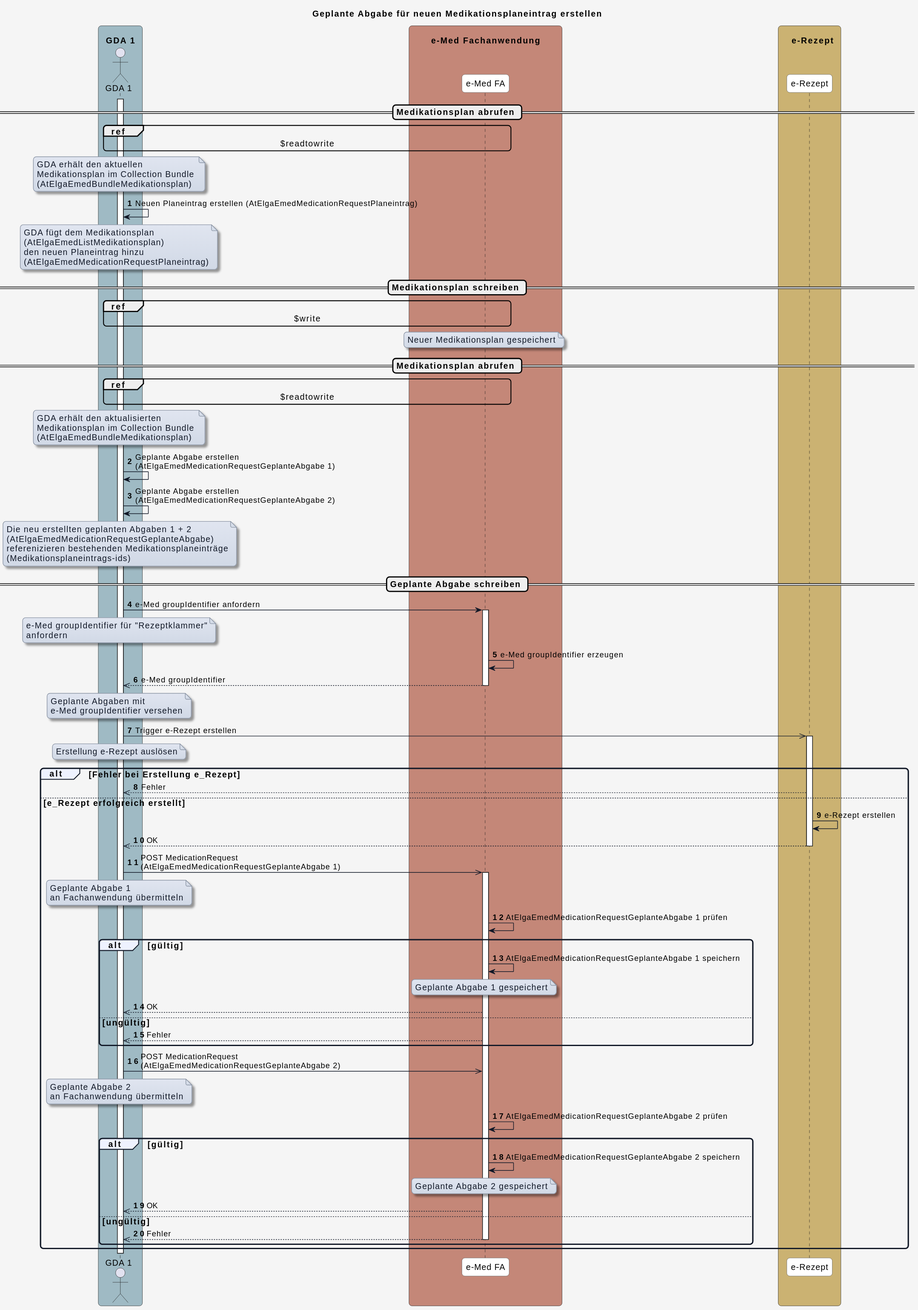
Before: input/images/plantuml/UC_eMed_08_02.svg, a diagram exported from PlantUML (HL7Austria/ELGA-e-Medikation-R4). Its diagram source:
```plantuml
@startuml
title Geplante Abgabe für neuen Medikationsplaneintrag erstellen

skinparam borderColor #000000
skinparam backgroundColor #f5f5f5
skinparam shadowing false
skinparam roundCorner 10
skinparam defaultFontName "Arial"
skinparam defaultFontSize 14
skinparam defaultFontColor #000000

skinparam note {
  BackgroundColor #e0e5f0-#d1d9e6
  BorderColor #8b95a5
  BorderThickness 1
  RoundCorner 8
  Padding 6
  FontColor #111827
  Shadowing true
}

skinparam HyperlinkColor #0000EE
skinparam HyperlinkUnderline false

skinparam sequence {
  ParticipantBorderColor #555555
  ParticipantBackgroundColor #ffffff
  ParticipantFontColor #000000
  ParticipantFontSize 14
  ParticipantPadding 20
  ArrowColor #111827
  ArrowThickness 1
  ArrowFontColor #000000
  ArrowFontSize 13
  GroupBorderColor #111827
  GroupBackgroundColor #eef2ff
  GroupBorderThickness 2
}

skinparam BoxPadding 20
skinparam BoxBorderColor #555555

box "\n  GDA 1  " #9fbac4
  actor GDA_1 as "GDA 1"
end box

box "\n       e-Med Fachanwendung       " #C48778
  participant eMed_FA as "e-Med FA"
end box

box "\n    e-Rezept  " #cbb272
  participant e_Rezept as "e-Rezept"
end box

autonumber

== Medikationsplan abrufen ==

activate GDA_1

ref over GDA_1, eMed_FA : $readtowrite

note over GDA_1
GDA erhält den aktuellen
Medikationsplan im Collection Bundle
(AtElgaEmedBundleMedikationsplan)
end note

GDA_1 -> GDA_1: Neuen Planeintrag erstellen (AtElgaEmedMedicationRequestPlaneintrag)

note over GDA_1
GDA fügt dem Medikationsplan
(AtElgaEmedListMedikationsplan)
den neuen Planeintrag hinzu
(AtElgaEmedMedicationRequestPlaneintrag)
end note

== Medikationsplan schreiben ==

ref over GDA_1, eMed_FA : $write

note over eMed_FA
Neuer Medikationsplan gespeichert
end note

== Medikationsplan abrufen ==

ref over GDA_1, eMed_FA : $readtowrite


note over GDA_1
GDA erhält den aktualisierten
Medikationsplan im Collection Bundle
(AtElgaEmedBundleMedikationsplan)
end note

GDA_1 -> GDA_1: Geplante Abgabe erstellen\n(AtElgaEmedMedicationRequestGeplanteAbgabe 1)
GDA_1 -> GDA_1: Geplante Abgabe erstellen\n(AtElgaEmedMedicationRequestGeplanteAbgabe 2)

note over GDA_1
Die neu erstellten geplanten Abgaben 1 + 2
(AtElgaEmedMedicationRequestGeplanteAbgabe)
referenizieren bestehenden Medikationsplaneinträge
(Medikationsplaneintrags-ids)
end note

== Geplante Abgabe schreiben ==

GDA_1 -> eMed_FA: e-Med groupIdentifier anfordern

note over GDA_1
e-Med groupIdentifier für "Rezeptklammer"
anfordern
end note

activate eMed_FA
eMed_FA -> eMed_FA: e-Med groupIdentifier erzeugen
eMed_FA -->> GDA_1: e-Med groupIdentifier
deactivate eMed_FA

note over GDA_1
Geplante Abgaben mit
e-Med groupIdentifier versehen
end note

GDA_1 ->> e_Rezept: Trigger e-Rezept erstellen
note over GDA_1
Erstellung e-Rezept auslösen
end note
activate e_Rezept

alt Fehler bei Erstellung e_Rezept

  e_Rezept -->> GDA_1: Fehler

else e_Rezept erfolgreich erstellt
  e_Rezept -> e_Rezept: e-Rezept erstellen
  e_Rezept -->> GDA_1: OK
  deactivate e_Rezept
  GDA_1 ->> eMed_FA: POST MedicationRequest\n(AtElgaEmedMedicationRequestGeplanteAbgabe 1)
  activate eMed_FA
  note over GDA_1
  Geplante Abgabe 1
  an Fachanwendung übermitteln
  end note


eMed_FA -> eMed_FA: AtElgaEmedMedicationRequestGeplanteAbgabe 1 prüfen
alt gültig
  eMed_FA -> eMed_FA: AtElgaEmedMedicationRequestGeplanteAbgabe 1 speichern

  note over eMed_FA
  Geplante Abgabe 1 gespeichert
  end note

  eMed_FA -->> GDA_1: OK
  else ungültig
    eMed_FA -->> GDA_1: Fehler
  end

  GDA_1 ->> eMed_FA: POST MedicationRequest\n(AtElgaEmedMedicationRequestGeplanteAbgabe 2)
  note over GDA_1
  Geplante Abgabe 2
  an Fachanwendung übermitteln
  end note

  eMed_FA -> eMed_FA: AtElgaEmedMedicationRequestGeplanteAbgabe 2 prüfen
  alt gültig
    eMed_FA -> eMed_FA: AtElgaEmedMedicationRequestGeplanteAbgabe 2 speichern

    note over eMed_FA
    Geplante Abgabe 2 gespeichert
    end note

    eMed_FA -->> GDA_1: OK
  else ungültig
    eMed_FA -->> GDA_1: Fehler
    deactivate eMed_FA
  end


end
@enduml
```
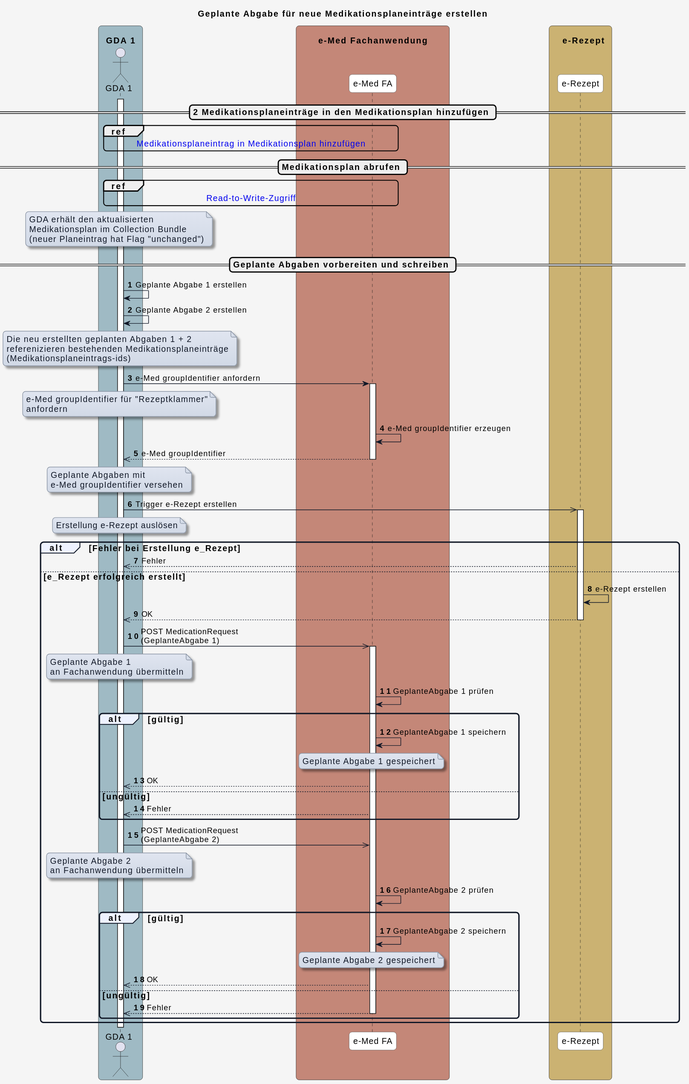
The same diagram one commit later.

Change to the diagram source:
```diff
@@ -1,5 +1,5 @@
 @startuml
-title Geplante Abgabe für neuen Medikationsplaneintrag erstellen
+title Geplante Abgabe für neue Medikationsplaneinträge erstellen
 
 skinparam borderColor #000000
 skinparam backgroundColor #f5f5f5
@@ -54,57 +54,33 @@
 
 autonumber
 
-== Medikationsplan abrufen ==
+== 2 Medikationsplaneinträge in den Medikationsplan hinzufügen ==
 
 activate GDA_1
 
-ref over GDA_1, eMed_FA : $readtowrite
-
-note over GDA_1
-GDA erhält den aktuellen
-Medikationsplan im Collection Bundle
-(AtElgaEmedBundleMedikationsplan)
-end note
-
-GDA_1 -> GDA_1: Neuen Planeintrag erstellen (AtElgaEmedMedicationRequestPlaneintrag)
-
-note over GDA_1
-GDA fügt dem Medikationsplan
-(AtElgaEmedListMedikationsplan)
-den neuen Planeintrag hinzu
-(AtElgaEmedMedicationRequestPlaneintrag)
-end note
-
-== Medikationsplan schreiben ==
-
-ref over GDA_1, eMed_FA : $write
-
-note over eMed_FA
-Neuer Medikationsplan gespeichert
-end note
+ref over GDA_1, eMed_FA : [[Sub_UC_eMed_06.html#ablauf-2 Medikationsplaneintrag in Medikationsplan hinzufügen]]
 
 == Medikationsplan abrufen ==
 
-ref over GDA_1, eMed_FA : $readtowrite
-
+ref over GDA_1, eMed_FA : [[interactions.html#sequenzdiagramm-read-to-write-zugriff Read-to-Write-Zugriff]]
 
 note over GDA_1
 GDA erhält den aktualisierten
 Medikationsplan im Collection Bundle
-(AtElgaEmedBundleMedikationsplan)
+(neuer Planeintrag hat Flag "unchanged")
 end note
 
-GDA_1 -> GDA_1: Geplante Abgabe erstellen\n(AtElgaEmedMedicationRequestGeplanteAbgabe 1)
-GDA_1 -> GDA_1: Geplante Abgabe erstellen\n(AtElgaEmedMedicationRequestGeplanteAbgabe 2)
+== Geplante Abgaben vorbereiten und schreiben ==
+
+GDA_1 -> GDA_1: Geplante Abgabe 1 erstellen
+GDA_1 -> GDA_1: Geplante Abgabe 2 erstellen
 
 note over GDA_1
 Die neu erstellten geplanten Abgaben 1 + 2
-(AtElgaEmedMedicationRequestGeplanteAbgabe)
 referenizieren bestehenden Medikationsplaneinträge
 (Medikationsplaneintrags-ids)
 end note
 
-== Geplante Abgabe schreiben ==
 
 GDA_1 -> eMed_FA: e-Med groupIdentifier anfordern
 
@@ -137,7 +113,7 @@
   e_Rezept -> e_Rezept: e-Rezept erstellen
   e_Rezept -->> GDA_1: OK
   deactivate e_Rezept
-  GDA_1 ->> eMed_FA: POST MedicationRequest\n(AtElgaEmedMedicationRequestGeplanteAbgabe 1)
+  GDA_1 ->> eMed_FA: POST MedicationRequest\n(GeplanteAbgabe 1)
   activate eMed_FA
   note over GDA_1
   Geplante Abgabe 1
@@ -145,9 +121,9 @@
   end note
 
 
-eMed_FA -> eMed_FA: AtElgaEmedMedicationRequestGeplanteAbgabe 1 prüfen
+eMed_FA -> eMed_FA: GeplanteAbgabe 1 prüfen
 alt gültig
-  eMed_FA -> eMed_FA: AtElgaEmedMedicationRequestGeplanteAbgabe 1 speichern
+  eMed_FA -> eMed_FA: GeplanteAbgabe 1 speichern
 
   note over eMed_FA
   Geplante Abgabe 1 gespeichert
@@ -158,15 +134,15 @@
     eMed_FA -->> GDA_1: Fehler
   end
 
-  GDA_1 ->> eMed_FA: POST MedicationRequest\n(AtElgaEmedMedicationRequestGeplanteAbgabe 2)
+  GDA_1 ->> eMed_FA: POST MedicationRequest\n(GeplanteAbgabe 2)
   note over GDA_1
   Geplante Abgabe 2
   an Fachanwendung übermitteln
   end note
 
-  eMed_FA -> eMed_FA: AtElgaEmedMedicationRequestGeplanteAbgabe 2 prüfen
+  eMed_FA -> eMed_FA: GeplanteAbgabe 2 prüfen
   alt gültig
-    eMed_FA -> eMed_FA: AtElgaEmedMedicationRequestGeplanteAbgabe 2 speichern
+    eMed_FA -> eMed_FA: GeplanteAbgabe 2 speichern
 
     note over eMed_FA
     Geplante Abgabe 2 gespeichert
```
